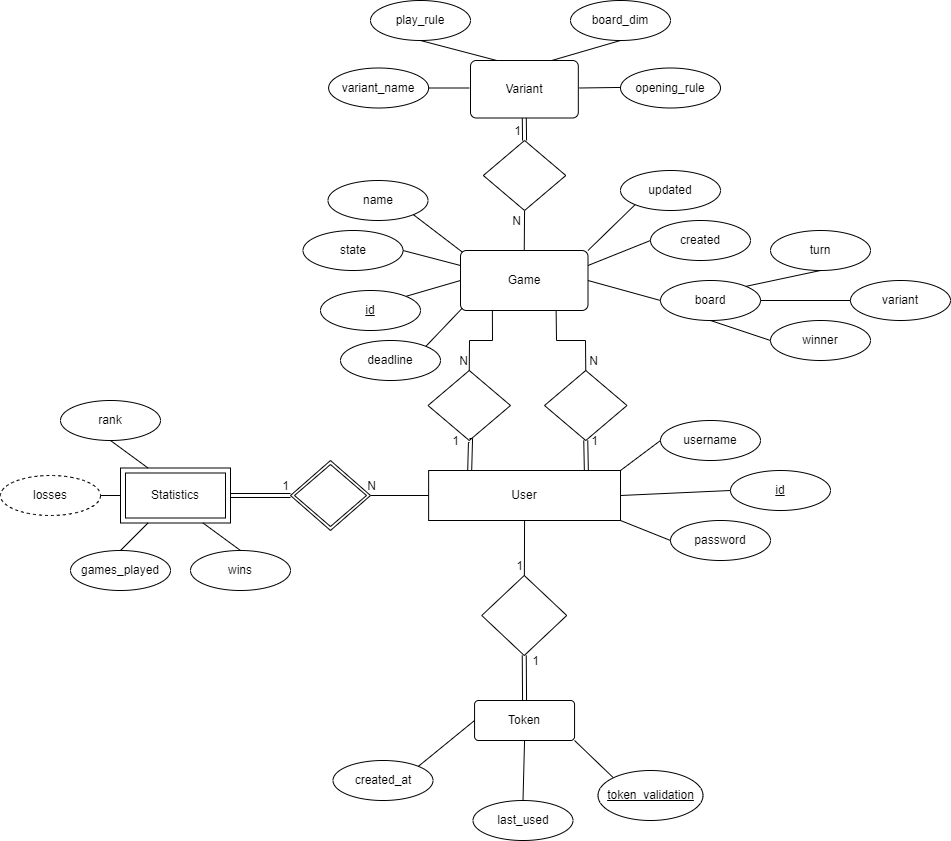
Above: docs/diagrams/gomoku-er-diagram.png in Gongamax/Gomoku-Web (draw.io), before the change. Source tidied: cells renumbered, new cells last; positions are measured from the earlier drawing's top-left corner, leaving out a move shared by most shapes.
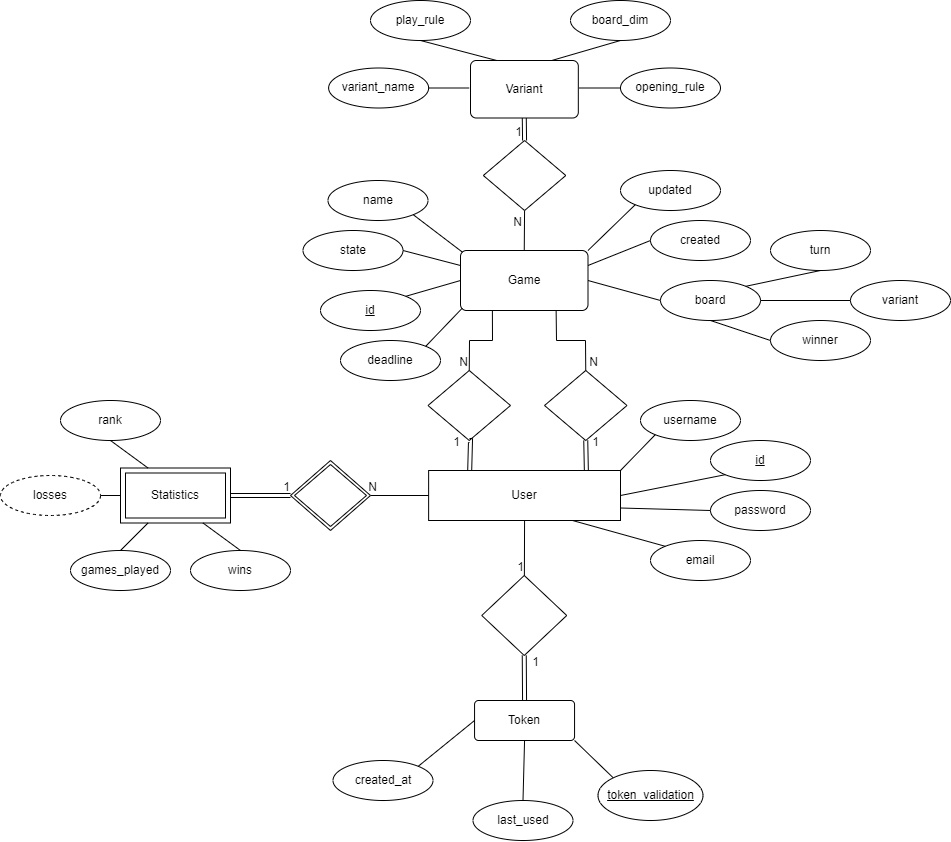
The same diagram one commit later.

What changed in the source:
```diff
@@ -63,13 +63,13 @@
       <mxGeometry x="597.5" y="770" width="105" height="50" as="geometry" />
     </mxCell>
     <mxCell id="22" value="username" style="ellipse;whiteSpace=wrap;html=1;align=center;" parent="1" vertex="1">
-      <mxGeometry x="660" y="420" width="100" height="40" as="geometry" />
+      <mxGeometry x="640" y="400" width="100" height="40" as="geometry" />
     </mxCell>
     <mxCell id="23" value="id" style="ellipse;whiteSpace=wrap;html=1;align=center;fontStyle=4;" parent="1" vertex="1">
-      <mxGeometry x="730" y="470" width="100" height="40" as="geometry" />
+      <mxGeometry x="710" y="440" width="100" height="40" as="geometry" />
     </mxCell>
     <mxCell id="24" value="password" style="ellipse;whiteSpace=wrap;html=1;align=center;" parent="1" vertex="1">
-      <mxGeometry x="670" y="520" width="100" height="40" as="geometry" />
+      <mxGeometry x="710" y="490" width="100" height="40" as="geometry" />
     </mxCell>
     <mxCell id="25" style="endArrow=none;html=1;rounded=0;entryX=0.5;entryY=1;entryDx=0;entryDy=0;exitX=0.5;exitY=0;exitDx=0;exitDy=0;" parent="1" edge="1" source="16" target="4">
       <mxGeometry relative="1" as="geometry" />
@@ -117,7 +117,7 @@
         </Array>
       </mxGeometry>
     </mxCell>
-    <mxCell id="37" style="endArrow=none;html=1;rounded=0;exitX=1;exitY=0;exitDx=0;exitDy=0;entryX=0;entryY=0.5;entryDx=0;entryDy=0;" parent="1" edge="1" source="3" target="22">
+    <mxCell id="37" style="endArrow=none;html=1;rounded=0;exitX=1;exitY=0;exitDx=0;exitDy=0;entryX=0;entryY=1;entryDx=0;entryDy=0;" parent="1" edge="1" source="3" target="22">
       <mxGeometry relative="1" as="geometry" />
     </mxCell>
     <mxCell id="38" value="N" style="html=1;align=right;verticalAlign=bottom;" parent="1" vertex="1">
@@ -158,10 +158,10 @@
         <mxPoint x="16" y="15" as="offset" />
       </mxGeometry>
     </mxCell>
-    <mxCell id="47" style="endArrow=none;html=1;rounded=0;exitX=1;exitY=0.5;exitDx=0;exitDy=0;entryX=0;entryY=0.5;entryDx=0;entryDy=0;" parent="1" edge="1" source="3" target="23">
+    <mxCell id="47" style="endArrow=none;html=1;rounded=0;exitX=1;exitY=0.5;exitDx=0;exitDy=0;entryX=0;entryY=1;entryDx=0;entryDy=0;" parent="1" edge="1" source="3" target="23">
       <mxGeometry relative="1" as="geometry" />
     </mxCell>
-    <mxCell id="48" style="endArrow=none;html=1;rounded=0;exitX=1;exitY=1;exitDx=0;exitDy=0;entryX=0;entryY=0.5;entryDx=0;entryDy=0;" parent="1" edge="1" source="3" target="24">
+    <mxCell id="48" style="endArrow=none;html=1;rounded=0;exitX=1;exitY=0.75;exitDx=0;exitDy=0;entryX=0;entryY=0.5;entryDx=0;entryDy=0;" parent="1" edge="1" source="3" target="24">
       <mxGeometry relative="1" as="geometry" />
     </mxCell>
     <mxCell id="49" style="endArrow=none;html=1;rounded=0;exitX=1;exitY=0.5;exitDx=0;exitDy=0;entryX=0;entryY=0.5;entryDx=0;entryDy=0;" parent="1" edge="1" source="52" target="3">
@@ -276,5 +276,11 @@
     <mxCell id="79" style="shape=rhombus;perimeter=rhombusPerimeter;whiteSpace=wrap;html=1;align=center;" parent="1" vertex="1">
       <mxGeometry x="482.8" y="140" width="82.5" height="70" as="geometry" />
     </mxCell>
+    <mxCell id="80" value="email" style="ellipse;whiteSpace=wrap;html=1;align=center;" parent="1" vertex="1">
+      <mxGeometry x="650" y="540" width="100" height="40" as="geometry" />
+    </mxCell>
+    <mxCell id="81" style="endArrow=none;html=1;rounded=0;exitX=0.75;exitY=1;exitDx=0;exitDy=0;entryX=0;entryY=0;entryDx=0;entryDy=0;" parent="1" edge="1" source="3" target="80">
+      <mxGeometry relative="1" as="geometry" />
+    </mxCell>
   </root>
 </mxGraphModel>
```
